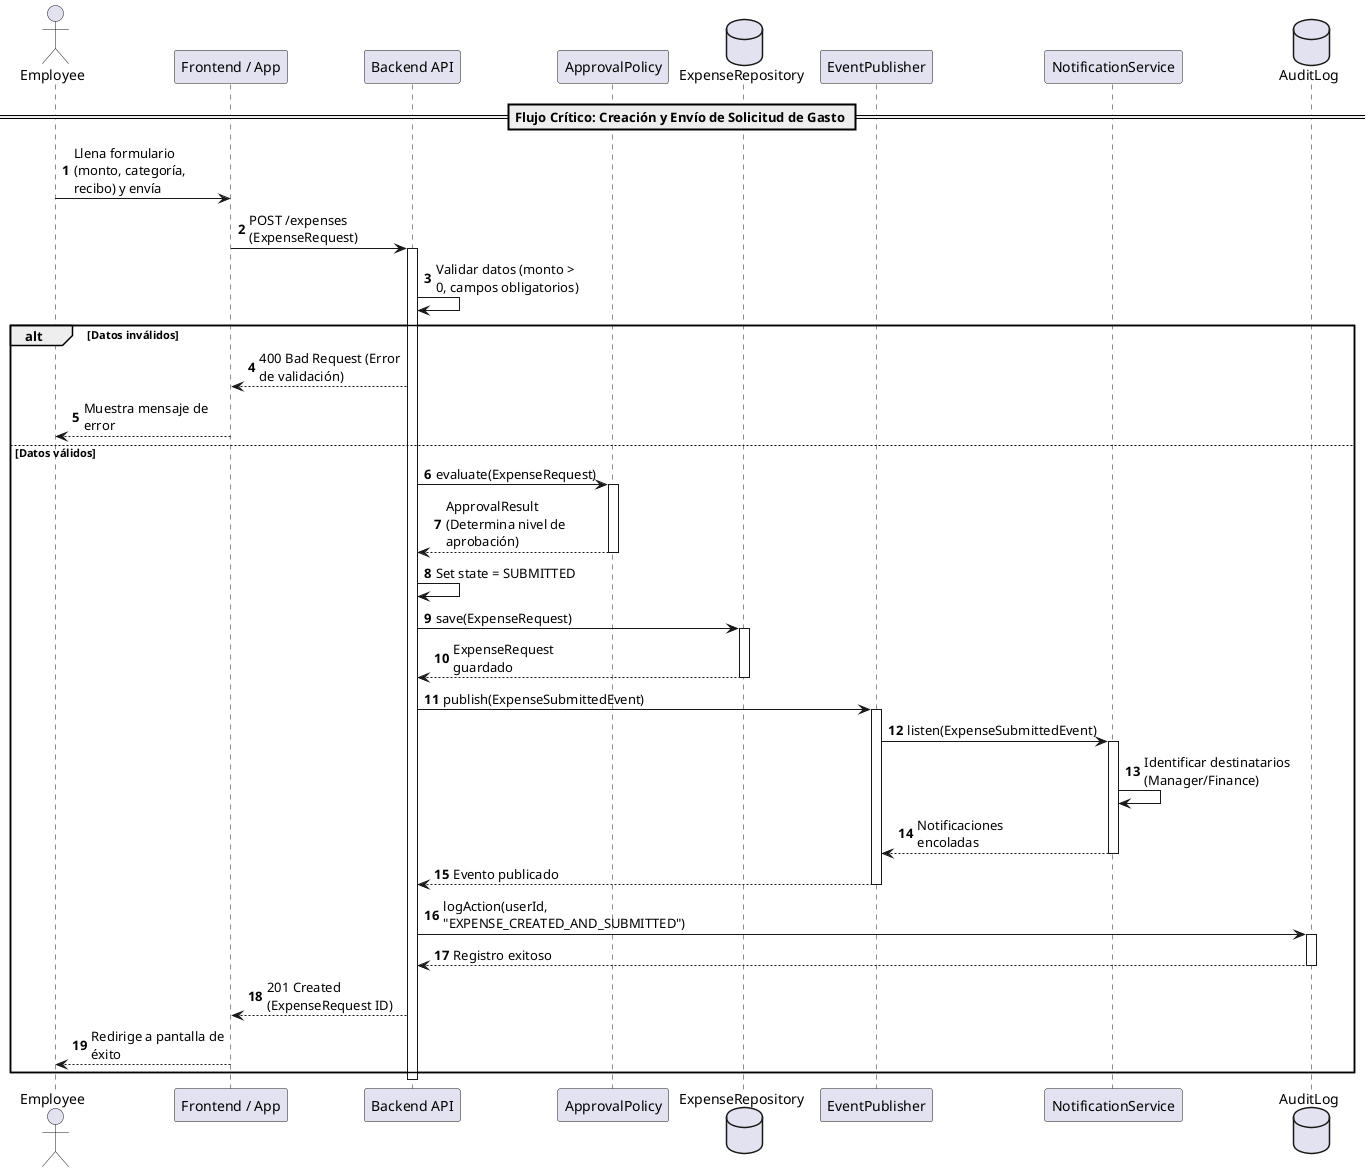
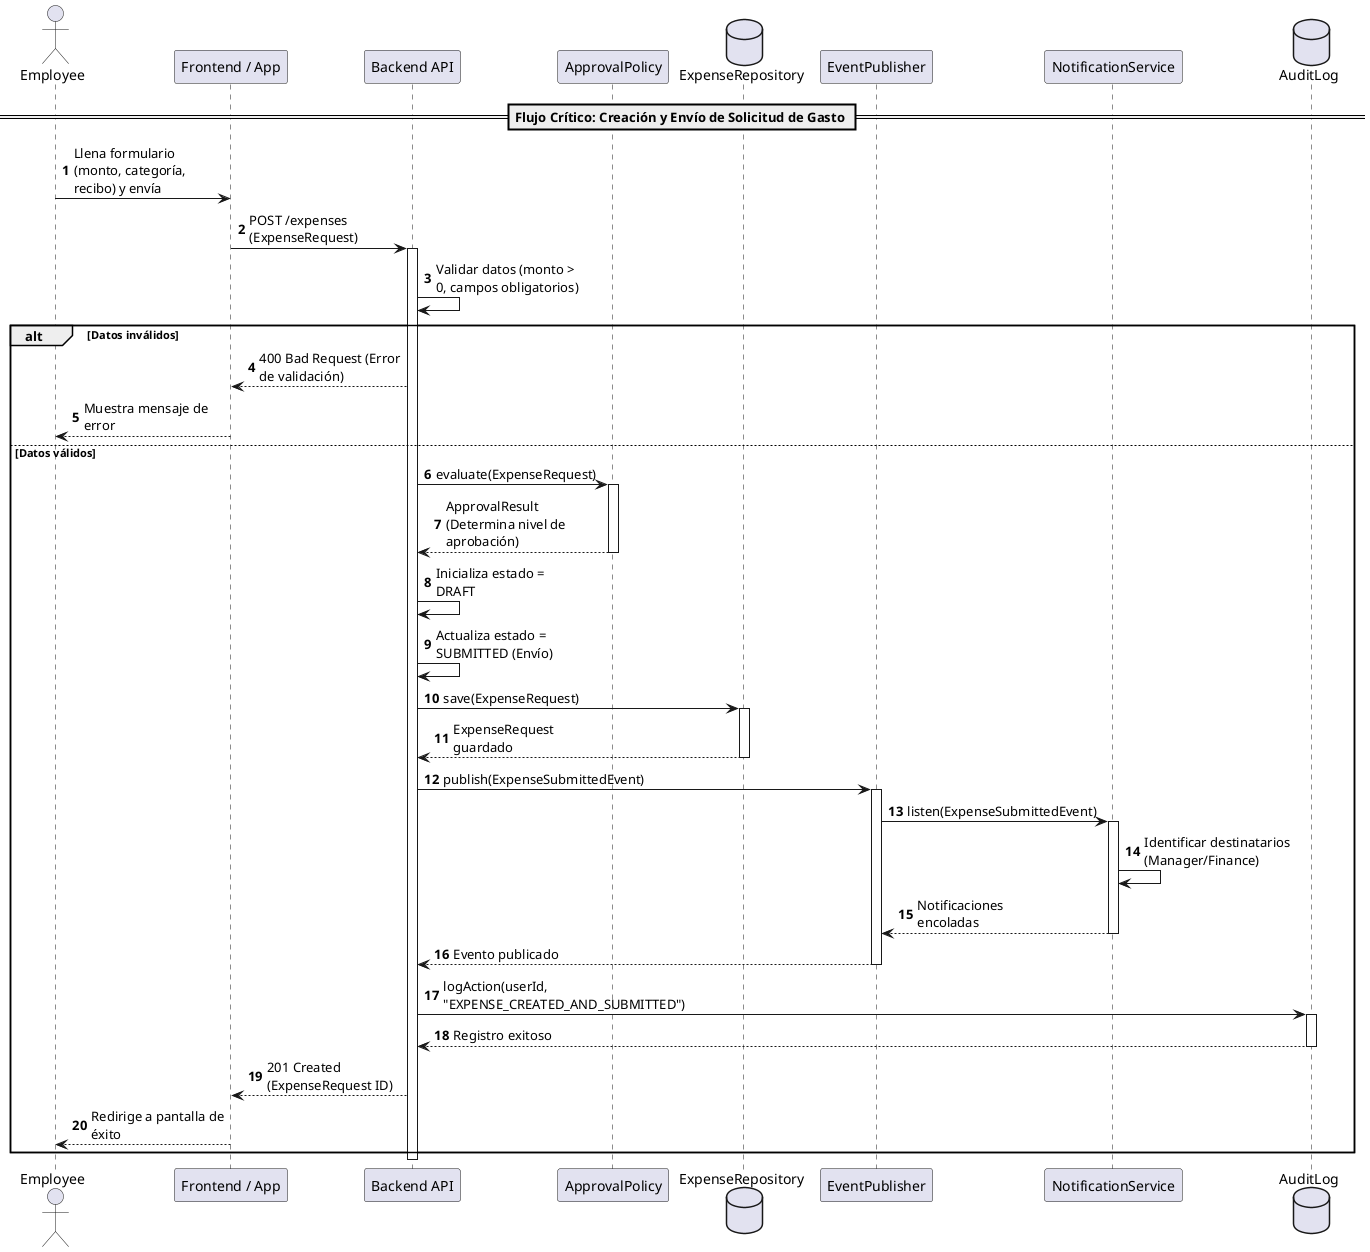
@startuml
skinparam maxMessageSize 150
autonumber

actor "Employee" as emp
participant "Frontend / App" as app
participant "Backend API" as api
participant "ApprovalPolicy" as policy
database "ExpenseRepository" as repo
participant "EventPublisher" as pub
participant "NotificationService" as notif
database "AuditLog" as audit

== Flujo Crítico: Creación y Envío de Solicitud de Gasto ==

emp -> app: Llena formulario (monto, categoría, recibo) y envía
app -> api: POST /expenses (ExpenseRequest)

activate api
api -> api: Validar datos (monto > 0, campos obligatorios)

alt Datos inválidos
    api --> app: 400 Bad Request (Error de validación)
    app --> emp: Muestra mensaje de error
else Datos válidos
    api -> policy: evaluate(ExpenseRequest)
    activate policy
    policy --> api: ApprovalResult (Determina nivel de aprobación)
    deactivate policy

-     api -> api: Set state = SUBMITTED
+     api -> api: Inicializa estado = DRAFT
+     api -> api: Actualiza estado = SUBMITTED (Envío)

    api -> repo: save(ExpenseRequest)
    activate repo
    repo --> api: ExpenseRequest guardado
    deactivate repo

    api -> pub: publish(ExpenseSubmittedEvent)
    activate pub
    pub -> notif: listen(ExpenseSubmittedEvent)
    activate notif
    notif -> notif: Identificar destinatarios (Manager/Finance)
    notif --> pub: Notificaciones encoladas
    deactivate notif
    pub --> api: Evento publicado
    deactivate pub

    api -> audit: logAction(userId, "EXPENSE_CREATED_AND_SUBMITTED")
    activate audit
    audit --> api: Registro exitoso
    deactivate audit

    api --> app: 201 Created (ExpenseRequest ID)
    app --> emp: Redirige a pantalla de éxito
end
deactivate api

@enduml